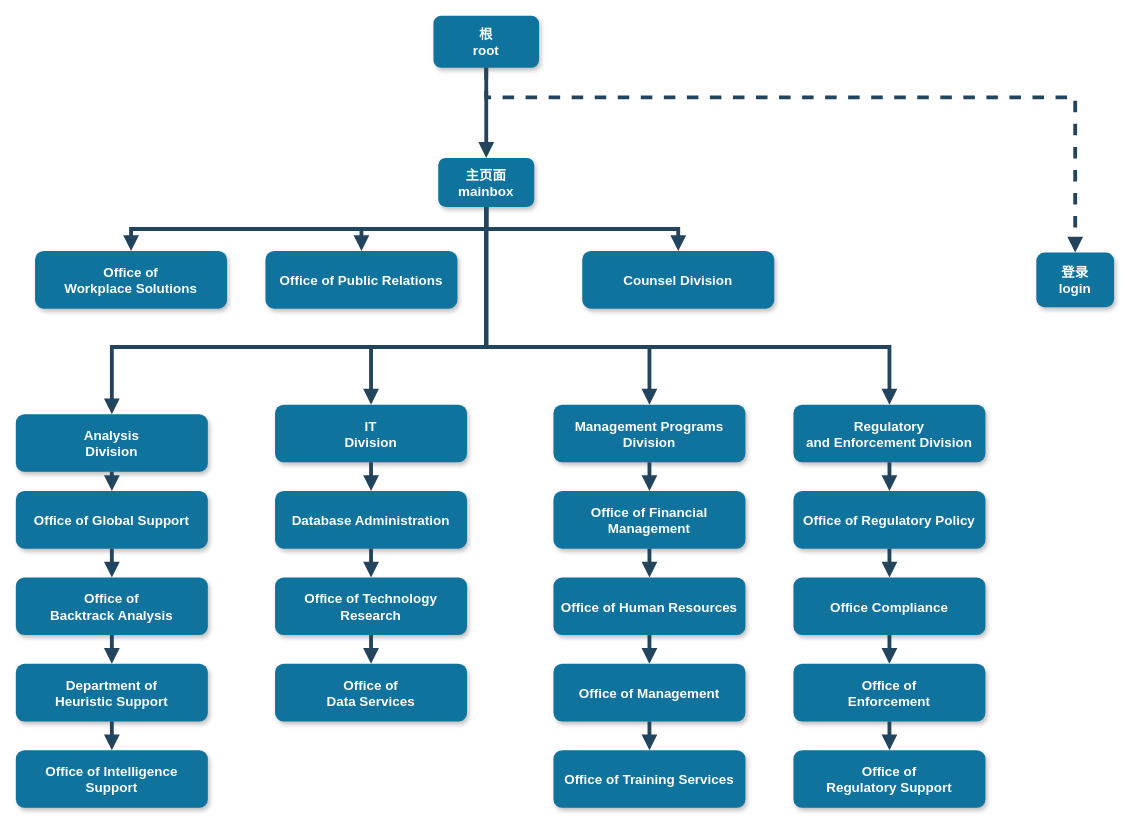
Before: 后台管理UI.drawio in wangXingRunning/wangXingRunning.github.io, a draw.io diagram. Source tidied: cells renumbered, new cells numbered last; positions are measured from the earlier drawing's top-left corner, leaving out a move shared by most shapes. Both pictures are drawn from the tidied source at 96%, with x=0, y=0 at pixel (15, 15).
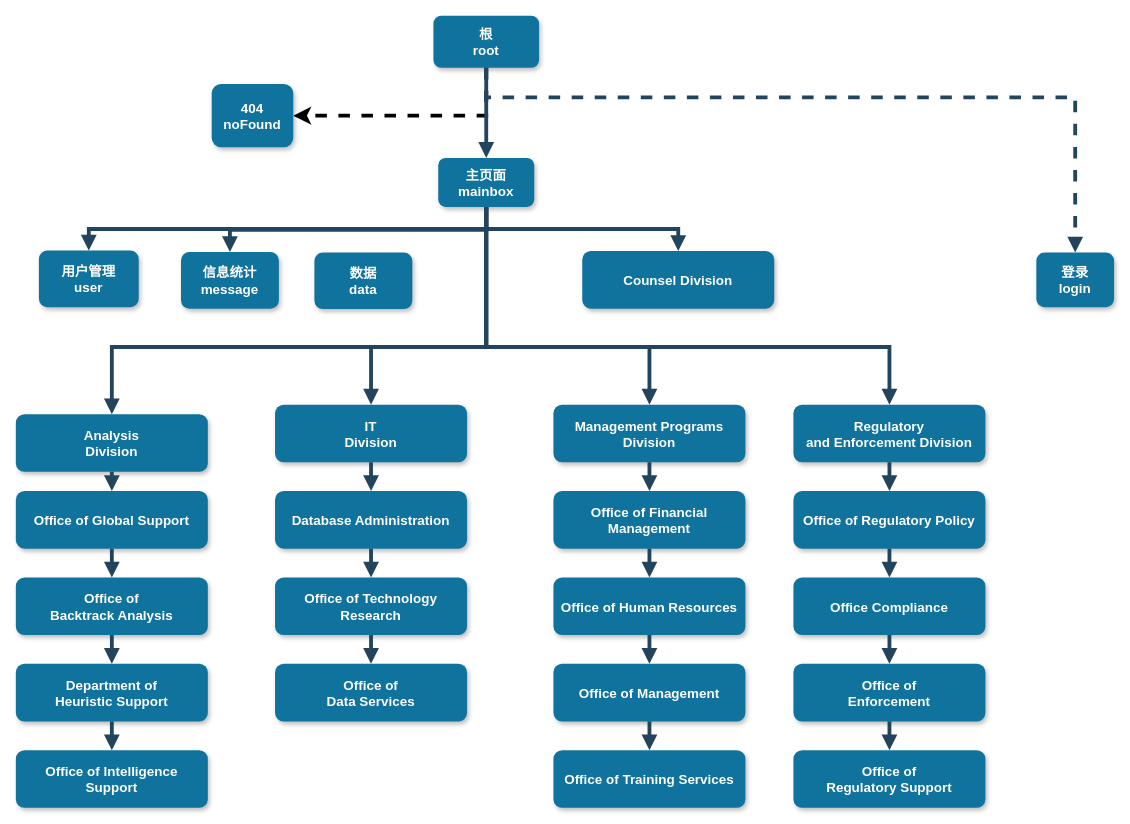
The same page after the edit.

Commit message (it also covers changes not shown here):
更新后台管理UI.drawio

The change refers to these unchanged cells:
```xml
<mxCell id="2" value="根&#10;root" style="rounded=1;fillColor=#10739E;strokeColor=none;shadow=1;gradientColor=none;fontStyle=1;fontColor=#FFFFFF;fontSize=14;" parent="1" vertex="1">
  <mxGeometry x="435" width="110" height="54" as="geometry" />
</mxCell>
```

What changed in the source:
```diff
@@
+    <mxCell id="51" style="edgeStyle=orthogonalEdgeStyle;rounded=0;jettySize=auto;html=1;exitX=0.5;exitY=1;exitDx=0;exitDy=0;entryX=1;entryY=0.5;entryDx=0;entryDy=0;dashed=1;strokeWidth=4;" parent="1" edge="1" source="2" target="52">
+      <mxGeometry relative="1" as="geometry" />
+    </mxCell>
@@
-    <mxCell id="4" value="Office of &#10;Workplace Solutions" style="rounded=1;fillColor=#10739E;strokeColor=none;shadow=1;gradientColor=none;fontStyle=1;fontColor=#FFFFFF;fontSize=14;" parent="1" vertex="1">
-      <mxGeometry x="20" y="245" width="200" height="60" as="geometry" />
+    <mxCell id="4" value="用户管理&#10;user" style="rounded=1;fillColor=#10739E;strokeColor=none;shadow=1;gradientColor=none;fontStyle=1;fontColor=#FFFFFF;fontSize=14;" parent="1" vertex="1">
+      <mxGeometry x="24" y="244.5" width="104" height="59" as="geometry" />
     </mxCell>
-    <mxCell id="5" value="Office of Public Relations" style="rounded=1;fillColor=#10739E;strokeColor=none;shadow=1;gradientColor=none;fontStyle=1;fontColor=#FFFFFF;fontSize=14;" parent="1" vertex="1">
-      <mxGeometry x="260" y="245" width="200" height="60" as="geometry" />
+    <mxCell id="5" value="信息统计&#10;message" style="rounded=1;fillColor=#10739E;strokeColor=none;shadow=1;gradientColor=none;fontStyle=1;fontColor=#FFFFFF;fontSize=14;" parent="1" vertex="1">
+      <mxGeometry x="172" y="246" width="102" height="59" as="geometry" />
     </mxCell>
@@
+    <mxCell id="52" value="404&#10;noFound" style="rounded=1;fillColor=#10739E;strokeColor=none;shadow=1;gradientColor=none;fontStyle=1;fontColor=#FFFFFF;fontSize=14;" parent="1" vertex="1">
+      <mxGeometry x="204" y="71" width="85" height="66" as="geometry" />
+    </mxCell>
+    <mxCell id="53" value="数据&#10;data" style="rounded=1;fillColor=#10739E;strokeColor=none;shadow=1;gradientColor=none;fontStyle=1;fontColor=#FFFFFF;fontSize=14;" parent="1" vertex="1">
+      <mxGeometry x="311" y="246.5" width="102" height="59" as="geometry" />
+    </mxCell>
```
